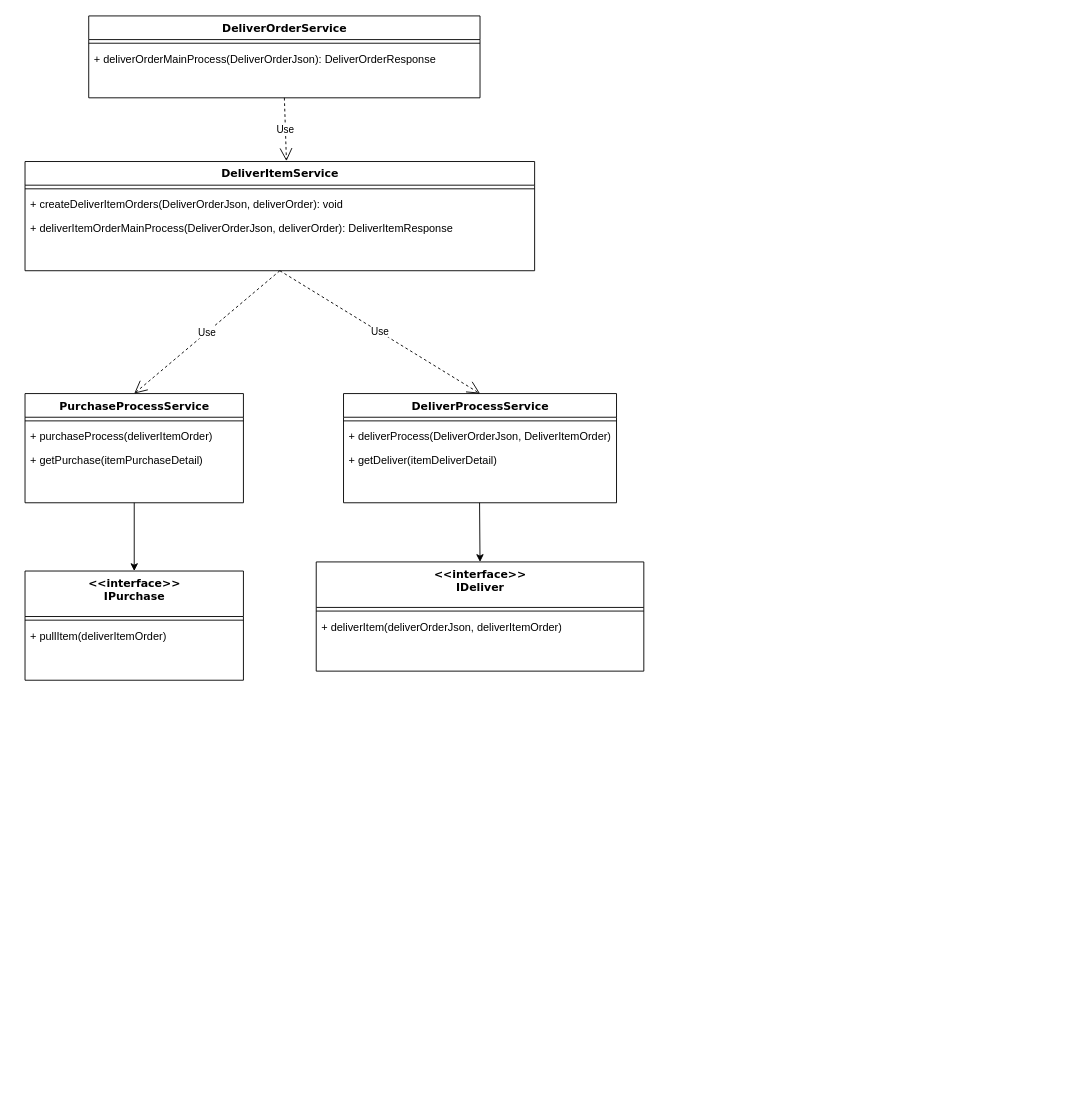
Earlier version of the draw.io diagram 未命名绘图.drawio (Johnny1110/my_tmp). Source tidied: cells renumbered, new cells numbered last; positions are measured from the earlier drawing's top-left corner, leaving out a move shared by most shapes. Both pictures are drawn from the tidied source at 91%, with x=0, y=0 at pixel (25, 15).
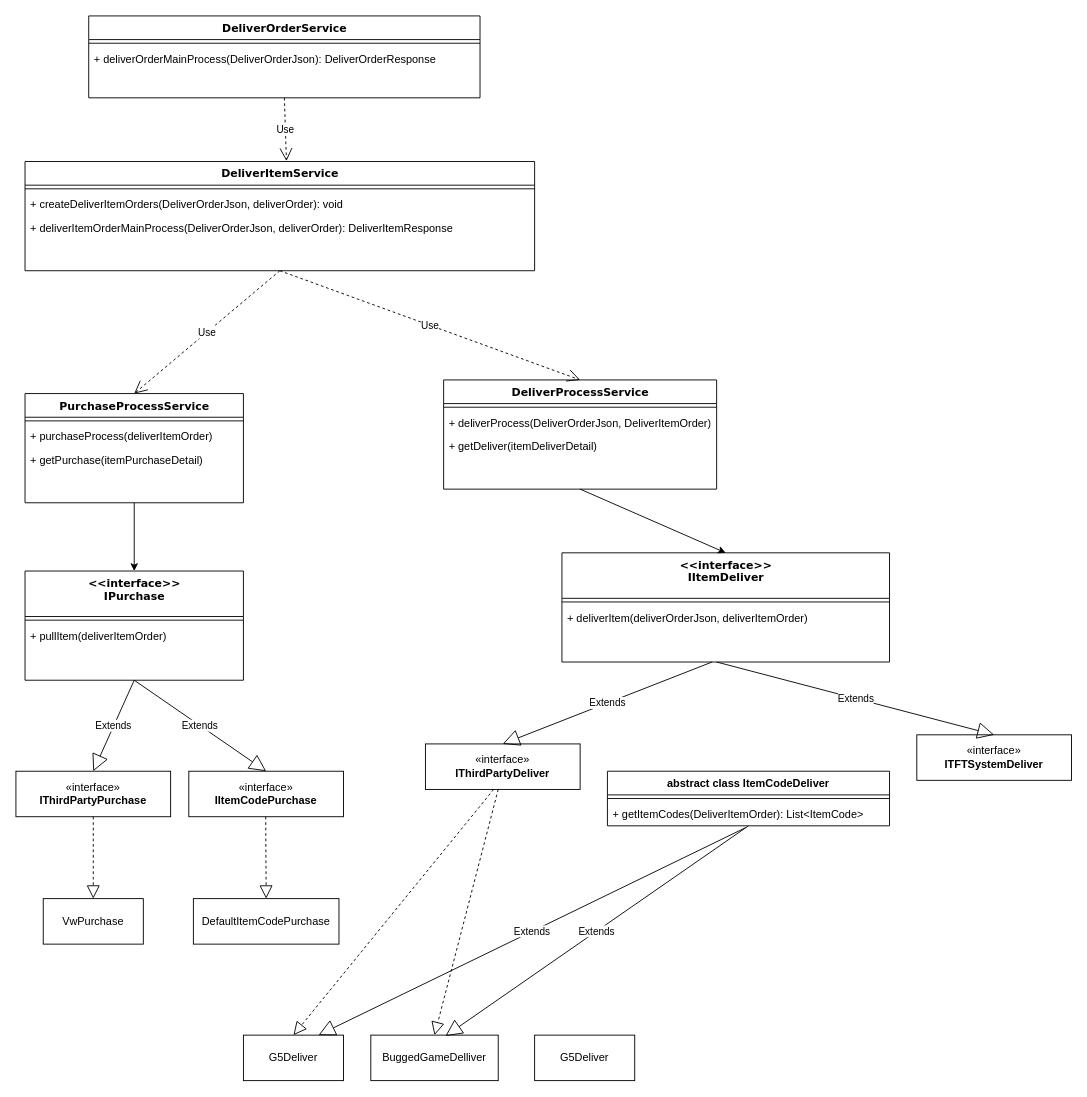
After the change.

Commit message:
更新未命名绘图.drawio

Unchanged cells that the change refers to:
```xml
<mxCell id="20" value="&amp;lt;&amp;lt;interface&amp;gt;&amp;gt;&lt;br&gt;IPurchase" style="swimlane;html=1;fontStyle=1;align=center;verticalAlign=top;horizontal=1;startSize=50;swimlaneFillColor=#ffffff;rounded=0;shadow=0;comic=0;labelBackgroundColor=none;strokeWidth=1;fillColor=none;fontFamily=Verdana;fontSize=12;" parent="1" vertex="1">
  <mxGeometry y="610" width="240" height="120" as="geometry" />
</mxCell>
```

The edit, as a diff of the source:
```diff
@@
     <mxCell id="10" value="DeliverProcessService" style="swimlane;html=1;fontStyle=1;align=center;verticalAlign=top;horizontal=1;startSize=26;swimlaneFillColor=#ffffff;rounded=0;shadow=0;comic=0;labelBackgroundColor=none;strokeWidth=1;fillColor=none;fontFamily=Verdana;fontSize=12;" parent="1" vertex="1">
-      <mxGeometry x="350" y="415" width="300" height="120" as="geometry" />
+      <mxGeometry x="460" y="400" width="300" height="120" as="geometry" />
     </mxCell>
@@
-    <mxCell id="23" value="&amp;lt;&amp;lt;interface&amp;gt;&amp;gt;&lt;br&gt;IDeliver" style="swimlane;html=1;fontStyle=1;align=center;verticalAlign=top;horizontal=1;startSize=50;swimlaneFillColor=#ffffff;rounded=0;shadow=0;comic=0;labelBackgroundColor=none;strokeWidth=1;fillColor=none;fontFamily=Verdana;fontSize=12;" parent="1" vertex="1">
-      <mxGeometry x="320" y="600" width="360" height="120" as="geometry" />
+    <mxCell id="23" value="&amp;lt;&amp;lt;interface&amp;gt;&amp;gt;&lt;br&gt;IItemDeliver" style="swimlane;html=1;fontStyle=1;align=center;verticalAlign=top;horizontal=1;startSize=50;swimlaneFillColor=#ffffff;rounded=0;shadow=0;comic=0;labelBackgroundColor=none;strokeWidth=1;fillColor=none;fontFamily=Verdana;fontSize=12;" parent="1" vertex="1">
+      <mxGeometry x="590" y="590" width="360" height="120" as="geometry" />
     </mxCell>
@@
-    <mxCell id="27" style="endArrow=classic;html=1;rounded=0;exitX=0.5;exitY=1;exitDx=0;exitDy=0;entryX=0.5;entryY=0;entryDx=0;entryDy=0;" parent="1" edge="1" target="23">
-      <mxGeometry relative="1" as="geometry">
-        <mxPoint x="499.5" y="535" as="sourcePoint" />
-      </mxGeometry>
+    <mxCell id="27" style="endArrow=classic;html=1;rounded=0;exitX=0.5;exitY=1;exitDx=0;exitDy=0;entryX=0.5;entryY=0;entryDx=0;entryDy=0;" parent="1" edge="1" source="10" target="23">
+      <mxGeometry relative="1" as="geometry" />
     </mxCell>
+    <mxCell id="28" value="«interface»&lt;br&gt;&lt;b&gt;IThirdPartyPurchase&lt;/b&gt;" style="html=1;whiteSpace=wrap;" parent="1" vertex="1">
+      <mxGeometry x="-10" y="830" width="170" height="50" as="geometry" />
+    </mxCell>
+    <mxCell id="29" value="Extends" style="endArrow=block;endSize=16;endFill=0;html=1;rounded=0;exitX=0.5;exitY=1;exitDx=0;exitDy=0;entryX=0.5;entryY=0;entryDx=0;entryDy=0;" parent="1" edge="1" source="20" target="28">
+      <mxGeometry relative="1" as="geometry" />
+    </mxCell>
+    <mxCell id="30" value="«interface»&lt;br&gt;&lt;b&gt;IItemCodePurchase&lt;/b&gt;" style="html=1;whiteSpace=wrap;" parent="1" vertex="1">
+      <mxGeometry x="180" y="830" width="170" height="50" as="geometry" />
+    </mxCell>
+    <mxCell id="31" value="Extends" style="endArrow=block;endSize=16;endFill=0;html=1;rounded=0;entryX=0.5;entryY=0;entryDx=0;entryDy=0;" parent="1" edge="1" target="30">
+      <mxGeometry relative="1" as="geometry">
+        <mxPoint x="120" y="730" as="sourcePoint" />
+      </mxGeometry>
+    </mxCell>
+    <mxCell id="32" value="VwPurchase" style="html=1;whiteSpace=wrap;" parent="1" vertex="1">
+      <mxGeometry x="20" y="970" width="110" height="50" as="geometry" />
+    </mxCell>
+    <mxCell id="33" style="endArrow=block;dashed=1;endFill=0;endSize=12;html=1;rounded=0;exitX=0.5;exitY=1;exitDx=0;exitDy=0;entryX=0.5;entryY=0;entryDx=0;entryDy=0;" parent="1" edge="1" source="28" target="32">
+      <mxGeometry relative="1" as="geometry" />
+    </mxCell>
+    <mxCell id="34" value="DefaultItemCodePurchase" style="html=1;whiteSpace=wrap;" parent="1" vertex="1">
+      <mxGeometry x="185" y="970" width="160" height="50" as="geometry" />
+    </mxCell>
+    <mxCell id="35" style="endArrow=block;dashed=1;endFill=0;endSize=12;html=1;rounded=0;exitX=0.5;exitY=1;exitDx=0;exitDy=0;entryX=0.5;entryY=0;entryDx=0;entryDy=0;" parent="1" edge="1" target="34">
+      <mxGeometry relative="1" as="geometry">
+        <mxPoint x="264.5" y="880" as="sourcePoint" />
+      </mxGeometry>
+    </mxCell>
+    <mxCell id="36" value="«interface»&lt;br&gt;&lt;b&gt;IThirdPartyDeliver&lt;br&gt;&lt;/b&gt;" style="html=1;whiteSpace=wrap;" parent="1" vertex="1">
+      <mxGeometry x="440" y="800" width="170" height="50" as="geometry" />
+    </mxCell>
+    <mxCell id="37" value="«interface»&lt;br&gt;&lt;b&gt;ITFTSystemDeliver&lt;/b&gt;" style="html=1;whiteSpace=wrap;" parent="1" vertex="1">
+      <mxGeometry x="980" y="790" width="170" height="50" as="geometry" />
+    </mxCell>
+    <mxCell id="38" value="Extends" style="endArrow=block;endSize=16;endFill=0;html=1;rounded=0;exitX=0.5;exitY=1;exitDx=0;exitDy=0;entryX=0.5;entryY=0;entryDx=0;entryDy=0;" parent="1" edge="1" target="36">
+      <mxGeometry relative="1" as="geometry">
+        <mxPoint x="755" y="710" as="sourcePoint" />
+      </mxGeometry>
+    </mxCell>
+    <mxCell id="39" value="Extends" style="endArrow=block;endSize=16;endFill=0;html=1;rounded=0;entryX=0.5;entryY=0;entryDx=0;entryDy=0;" parent="1" edge="1" target="37">
+      <mxGeometry relative="1" as="geometry">
+        <mxPoint x="760" y="710" as="sourcePoint" />
+      </mxGeometry>
+    </mxCell>
+    <mxCell id="40" value="abstract class ItemCodeDeliver" style="swimlane;fontStyle=1;align=center;verticalAlign=top;horizontal=1;startSize=26;whiteSpace=wrap;html=1;" parent="1" vertex="1">
+      <mxGeometry x="640" y="830" width="310" height="60" as="geometry" />
+    </mxCell>
+    <mxCell id="41" style="line;strokeWidth=1;fillColor=none;align=left;verticalAlign=middle;spacingTop=-1;spacingLeft=3;spacingRight=3;labelPosition=right;strokeColor=inherit;" parent="40" vertex="1">
+      <mxGeometry y="26" width="310" height="8" as="geometry" />
+    </mxCell>
+    <mxCell id="42" value="+ getItemCodes(DeliverItemOrder): List&amp;lt;ItemCode&amp;gt;" style="text;strokeColor=none;fillColor=none;align=left;verticalAlign=top;spacingLeft=4;spacingRight=4;overflow=hidden;points=[[0,0.5],[1,0.5]];portConstraint=eastwest;whiteSpace=wrap;html=1;" parent="40" vertex="1">
+      <mxGeometry y="34" width="310" height="26" as="geometry" />
+    </mxCell>
+    <mxCell id="43" value="G5Deliver" style="html=1;whiteSpace=wrap;" parent="1" vertex="1">
+      <mxGeometry x="240" y="1120" width="110" height="50" as="geometry" />
+    </mxCell>
+    <mxCell id="44" style="endArrow=block;dashed=1;endFill=0;endSize=12;html=1;rounded=0;exitX=0.441;exitY=1;exitDx=0;exitDy=0;entryX=0.5;entryY=0;entryDx=0;entryDy=0;exitPerimeter=0;" parent="1" edge="1" source="36" target="43">
+      <mxGeometry relative="1" as="geometry" />
+    </mxCell>
+    <mxCell id="45" value="Extends" style="endArrow=block;endSize=16;endFill=0;html=1;rounded=0;exitX=0.49;exitY=1.077;exitDx=0;exitDy=0;exitPerimeter=0;entryX=0.75;entryY=0;entryDx=0;entryDy=0;" parent="1" edge="1" source="42" target="43">
+      <mxGeometry relative="1" as="geometry" />
+    </mxCell>
+    <mxCell id="46" value="BuggedGameDelliver" style="html=1;whiteSpace=wrap;" parent="1" vertex="1">
+      <mxGeometry x="380" y="1120" width="140" height="50" as="geometry" />
+    </mxCell>
+    <mxCell id="47" style="endArrow=block;dashed=1;endFill=0;endSize=12;html=1;rounded=0;entryX=0.5;entryY=0;entryDx=0;entryDy=0;" parent="1" edge="1" target="46">
+      <mxGeometry relative="1" as="geometry">
+        <mxPoint x="520" y="850" as="sourcePoint" />
+      </mxGeometry>
+    </mxCell>
+    <mxCell id="48" value="Extends" style="endArrow=block;endSize=16;endFill=0;html=1;rounded=0;exitX=0.5;exitY=1;exitDx=0;exitDy=0;exitPerimeter=0;entryX=0.586;entryY=0.02;entryDx=0;entryDy=0;entryPerimeter=0;" parent="1" edge="1" source="42" target="46">
+      <mxGeometry relative="1" as="geometry" />
+    </mxCell>
+    <mxCell id="49" value="G5Deliver" style="html=1;whiteSpace=wrap;" parent="1" vertex="1">
+      <mxGeometry x="560" y="1120" width="110" height="50" as="geometry" />
+    </mxCell>
```
